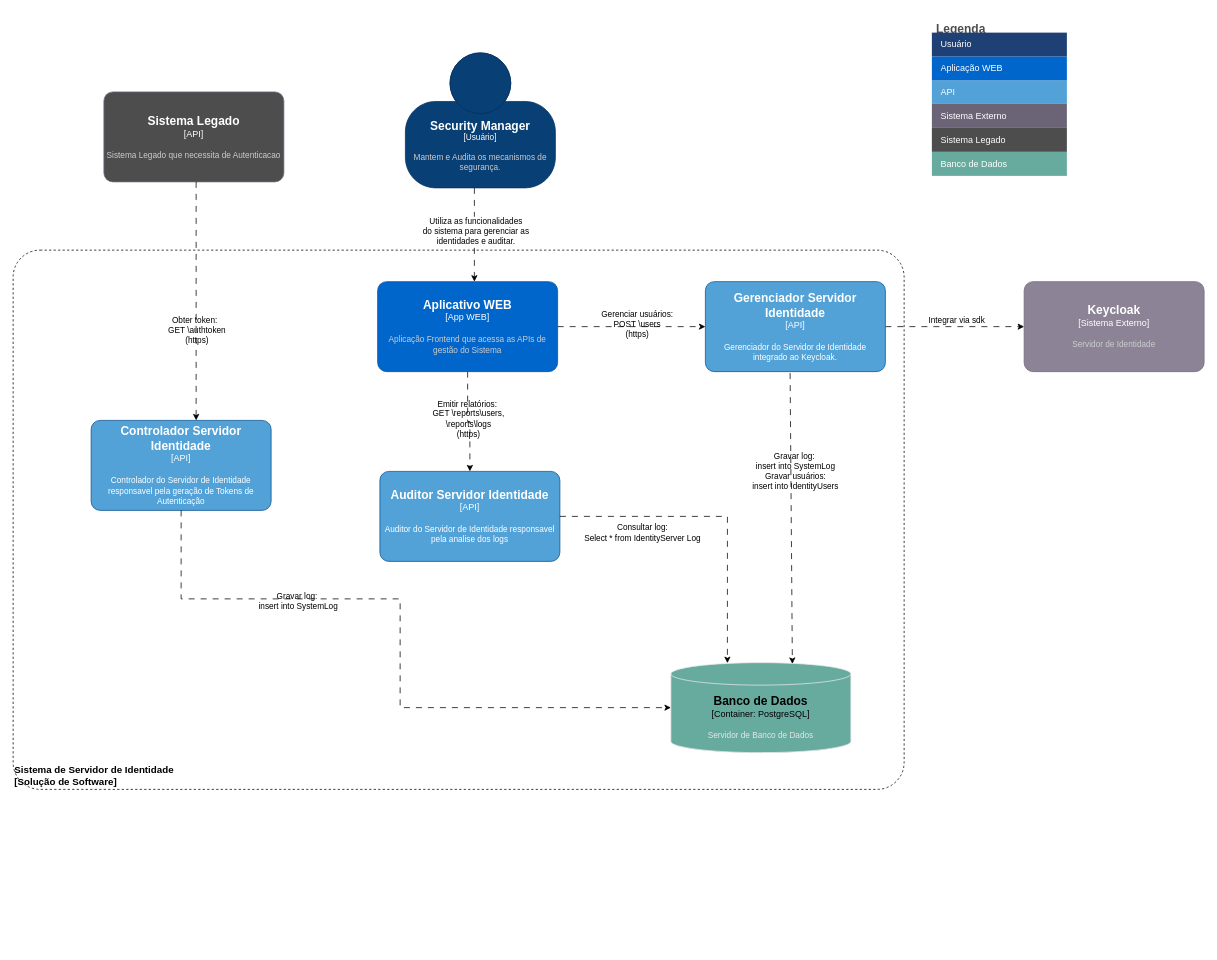
The draw.io diagram page "Container" (2 of 8) of Sprint 1/Projeto Aplicado.drawio in luisfabiosm/Projeto-Aplicado, before the edit. Source tidied: cells renumbered, new cells numbered last; positions are measured from the earlier drawing's top-left corner, leaving out a move shared by most shapes. Both pictures are drawn from the tidied source at 75%, with x=0, y=0 at pixel (13, 18).
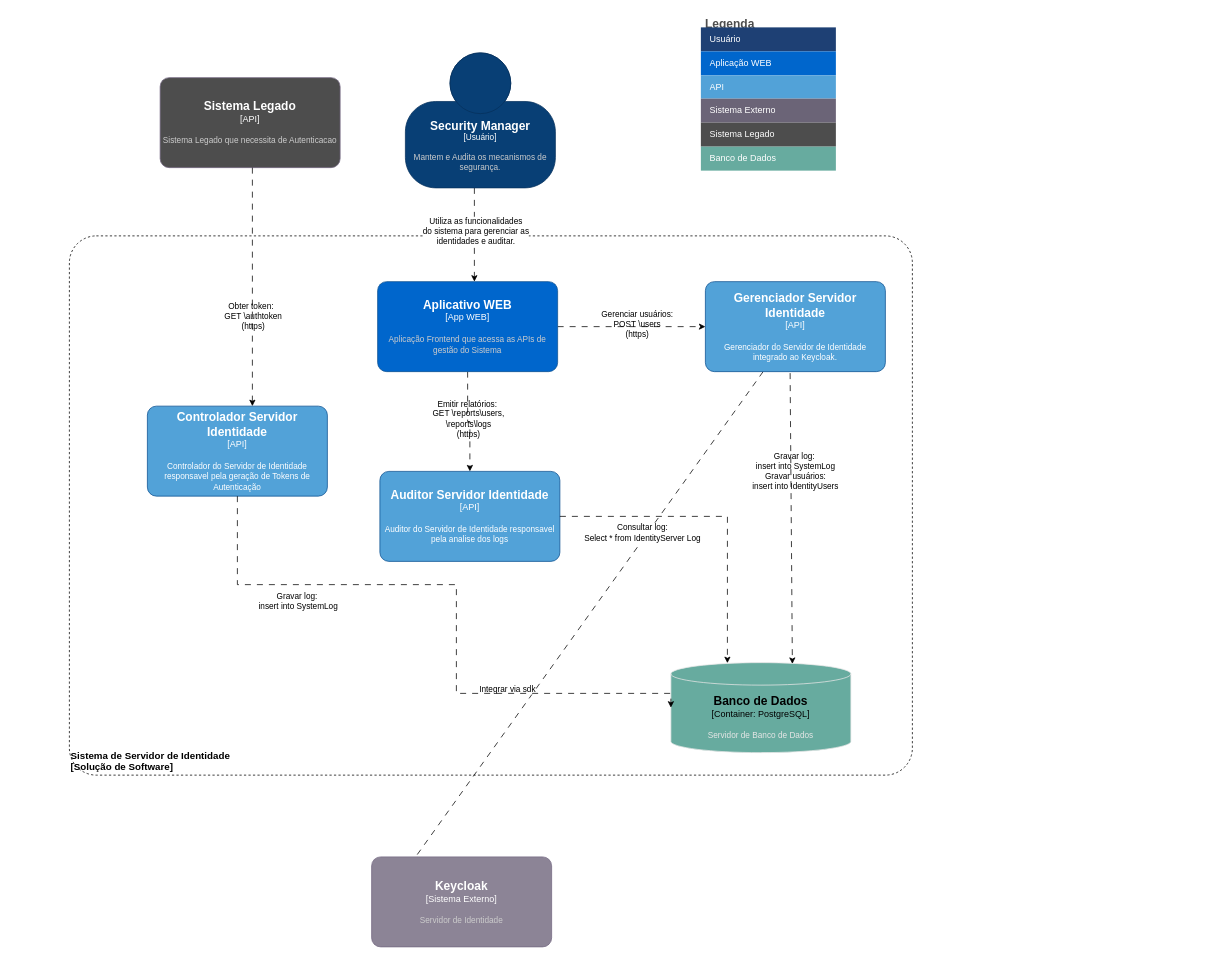
Above is the later version.

Unchanged cells that the change refers to:
```xml
<object id="8" label="&lt;font style=&quot;font-size: 16px&quot;&gt;&lt;b&gt;%c4Name%&lt;/b&gt;&lt;/font&gt;&lt;div&gt;[%c4Type%]&lt;/div&gt;&lt;br&gt;&lt;div&gt;&lt;font style=&quot;font-size: 11px&quot;&gt;&lt;font&gt;%c4Description%&lt;/font&gt;&lt;/font&gt;&lt;/div&gt;" c4Description="Gerenciador do Servidor de Identidade integrado ao Keycloak." c4Name="Gerenciador Servidor Identidade" c4Type="API" placeholders="1">
  <mxCell style="rounded=1;whiteSpace=wrap;html=1;labelBackgroundColor=none;fillColor=#52A2D8;fontColor=#FFFFFF;align=center;arcSize=10;strokeColor=#0D5091;points=[[0.25,0,0],[0.5,0,0],[0.75,0,0],[1,0.25,0],[1,0.5,0],[1,0.75,0],[0.75,1,0],[0.5,1,0],[0.25,1,0],[0,0.75,0],[0,0.5,0],[0,0.25,0]];" parent="1" vertex="1">
    <mxGeometry x="923" y="351" width="240" height="120" as="geometry" />
  </mxCell>
</object>
<object id="10" label="&lt;font style=&quot;font-size: 16px&quot;&gt;&lt;b&gt;%c4Type%&lt;/b&gt;&lt;/font&gt;&lt;div&gt;[%c4Container%:&amp;nbsp;%c4Technology%]&lt;/div&gt;&lt;br&gt;&lt;div&gt;&lt;font style=&quot;font-size: 11px&quot;&gt;&lt;font color=&quot;#E6E6E6&quot;&gt;%c4Description%&lt;/font&gt;&lt;/div&gt;" c4Container="Container" c4Description="Servidor de Banco de Dados" c4Technology="PostgreSQL" c4Type="Banco de Dados" placeholders="1">
  <mxCell style="shape=cylinder3;size=15;whiteSpace=wrap;html=1;boundedLbl=1;rounded=0;labelBackgroundColor=none;fillColor=#67AB9F;fontSize=12;align=center;strokeColor=#E6E6E6;points=[[0.5,0,0],[1,0.25,0],[1,0.5,0],[1,0.75,0],[0.5,1,0],[0,0.75,0],[0,0.5,0],[0,0.25,0]];" parent="1" vertex="1">
    <mxGeometry x="877" y="859" width="240" height="120" as="geometry" />
  </mxCell>
</object>
```

What changed in the source:
```diff
@@
     <object id="2" label="&lt;div style=&quot;text-align: left; font-size: 13px;&quot;&gt;%c4Name%&lt;/div&gt;&lt;div style=&quot;text-align: left; font-size: 13px;&quot;&gt;[%c4Application%]&lt;/div&gt;" c4Application="Solução de Software" c4Name="Sistema de Servidor de Identidade" placeholders="1">
       <mxCell style="rounded=1;whiteSpace=wrap;html=1;labelBackgroundColor=none;fillColor=none;fontColor=#000000;align=left;arcSize=5;strokeColor=#000000;verticalAlign=bottom;metaData={&quot;c4Type&quot;:{&quot;editable&quot;:false}};dashed=1;fontStyle=1;fontSize=13;" parent="1" vertex="1">
-        <mxGeometry y="309" width="1188" height="719" as="geometry" />
+        <mxGeometry x="75" y="290" width="1124" height="719" as="geometry" />
       </mxCell>
     </object>
@@
-    <mxCell id="6" style="rounded=0;jettySize=auto;html=1;entryX=0;entryY=0.5;entryDx=0;entryDy=0;entryPerimeter=0;dashed=1;dashPattern=8 8;" parent="1" edge="1" source="8" target="9">
+    <mxCell id="6" style="rounded=0;jettySize=auto;html=1;entryX=0.5;entryY=0;entryDx=0;entryDy=0;entryPerimeter=0;dashed=1;dashPattern=8 8;" parent="1" edge="1" source="8">
       <mxGeometry x="-1" y="-766" relative="1" as="geometry">
+        <mxPoint x="523" y="1137" as="targetPoint" />
         <mxPoint x="-233" y="-36" as="offset" />
       </mxGeometry>
     </mxCell>
@@
     <object id="9" label="&lt;font style=&quot;font-size: 16px&quot;&gt;&lt;b&gt;%c4Name%&lt;/b&gt;&lt;/font&gt;&lt;div&gt;[%c4Type%]&lt;/div&gt;&lt;br&gt;&lt;div&gt;&lt;font style=&quot;font-size: 11px&quot;&gt;&lt;font color=&quot;#cccccc&quot;&gt;%c4Description%&lt;/font&gt;&lt;/div&gt;" c4Description="Servidor de Identidade" c4Name="Keycloak" c4Type="Sistema Externo" placeholders="1">
       <mxCell style="rounded=1;whiteSpace=wrap;html=1;labelBackgroundColor=none;fillColor=#8C8496;fontColor=#ffffff;align=center;arcSize=10;strokeColor=#736782;points=[[0.25,0,0],[0.5,0,0],[0.75,0,0],[1,0.25,0],[1,0.5,0],[1,0.75,0],[0.75,1,0],[0.5,1,0],[0.25,1,0],[0,0.75,0],[0,0.5,0],[0,0.25,0]];" parent="1" vertex="1">
-        <mxGeometry x="1348" y="351" width="240" height="120" as="geometry" />
+        <mxGeometry x="478" y="1118" width="240" height="120" as="geometry" />
       </mxCell>
     </object>
@@
     <mxCell id="16" value="Legenda" style="shape=table;startSize=19;childLayout=tableLayout;fontSize=16;align=left;verticalAlign=top;fillColor=none;strokeColor=none;fontColor=#4D4D4D;fontStyle=1;spacingLeft=6;spacing=0;resizeLastRow=1;" parent="1" vertex="1">
-      <mxGeometry x="1225" width="180" height="210" as="geometry" />
+      <mxGeometry x="917" y="-7" width="180" height="210" as="geometry" />
     </mxCell>
@@
     <object id="29" label="&lt;font style=&quot;font-size: 16px&quot;&gt;&lt;b&gt;%c4Name%&lt;/b&gt;&lt;/font&gt;&lt;div&gt;[%c4Type%]&lt;/div&gt;&lt;br&gt;&lt;div&gt;&lt;font style=&quot;font-size: 11px&quot;&gt;&lt;font&gt;%c4Description%&lt;/font&gt;&lt;/font&gt;&lt;/div&gt;" c4Description="Controlador do Servidor de Identidade responsavel pela geração de Tokens de Autenticação" c4Name="Controlador Servidor Identidade" c4Type="API" placeholders="1">
       <mxCell style="rounded=1;whiteSpace=wrap;html=1;labelBackgroundColor=none;fillColor=#52A2D8;fontColor=#FFFFFF;align=center;arcSize=10;strokeColor=#0D5091;points=[[0.25,0,0],[0.5,0,0],[0.75,0,0],[1,0.25,0],[1,0.5,0],[1,0.75,0],[0.75,1,0],[0.5,1,0],[0.25,1,0],[0,0.75,0],[0,0.5,0],[0,0.25,0]];" parent="1" vertex="1">
-        <mxGeometry x="104" y="536" width="240" height="120" as="geometry" />
+        <mxGeometry x="179" y="517" width="240" height="120" as="geometry" />
       </mxCell>
     </object>
     <mxCell id="30" style="edgeStyle=orthogonalEdgeStyle;rounded=0;jettySize=auto;html=1;entryX=0;entryY=0.5;entryDx=0;entryDy=0;entryPerimeter=0;dashed=1;dashPattern=8 8;" parent="1" edge="1" source="29" target="10">
       <mxGeometry relative="1" as="geometry">
         <Array as="points">
-          <mxPoint x="224" y="774" />
-          <mxPoint x="516" y="774" />
-          <mxPoint x="516" y="919" />
+          <mxPoint x="299" y="755" />
+          <mxPoint x="591" y="755" />
+          <mxPoint x="591" y="900" />
         </Array>
       </mxGeometry>
     </mxCell>
     <object id="31" label="&lt;font style=&quot;font-size: 16px&quot;&gt;&lt;b&gt;%c4Name%&lt;/b&gt;&lt;/font&gt;&lt;div&gt;[%c4Type%]&lt;/div&gt;&lt;br&gt;&lt;div&gt;&lt;font style=&quot;font-size: 11px&quot;&gt;&lt;font color=&quot;#cccccc&quot;&gt;%c4Description%&lt;/font&gt;&lt;/div&gt;" c4Description="Sistema Legado que necessita de Autenticacao" c4Name="Sistema Legado" c4Type="API" placeholders="1">
       <mxCell style="rounded=1;whiteSpace=wrap;html=1;labelBackgroundColor=none;fillColor=#4D4D4D;fontColor=#ffffff;align=center;arcSize=10;strokeColor=#736782;points=[[0.25,0,0],[0.5,0,0],[0.75,0,0],[1,0.25,0],[1,0.5,0],[1,0.75,0],[0.75,1,0],[0.5,1,0],[0.25,1,0],[0,0.75,0],[0,0.5,0],[0,0.25,0]];" parent="1" vertex="1">
-        <mxGeometry x="121" y="98" width="240" height="120" as="geometry" />
+        <mxGeometry x="196" y="79" width="240" height="120" as="geometry" />
       </mxCell>
     </object>
     <mxCell id="32" style="edgeStyle=orthogonalEdgeStyle;rounded=0;jettySize=auto;html=1;dashed=1;dashPattern=8 8;" parent="1" edge="1" source="31">
       <mxGeometry relative="1" as="geometry">
-        <mxPoint x="244" y="536" as="targetPoint" />
+        <mxPoint x="319" y="517" as="targetPoint" />
         <Array as="points">
-          <mxPoint x="244" y="536" />
+          <mxPoint x="319" y="517" />
         </Array>
       </mxGeometry>
     </mxCell>
```
